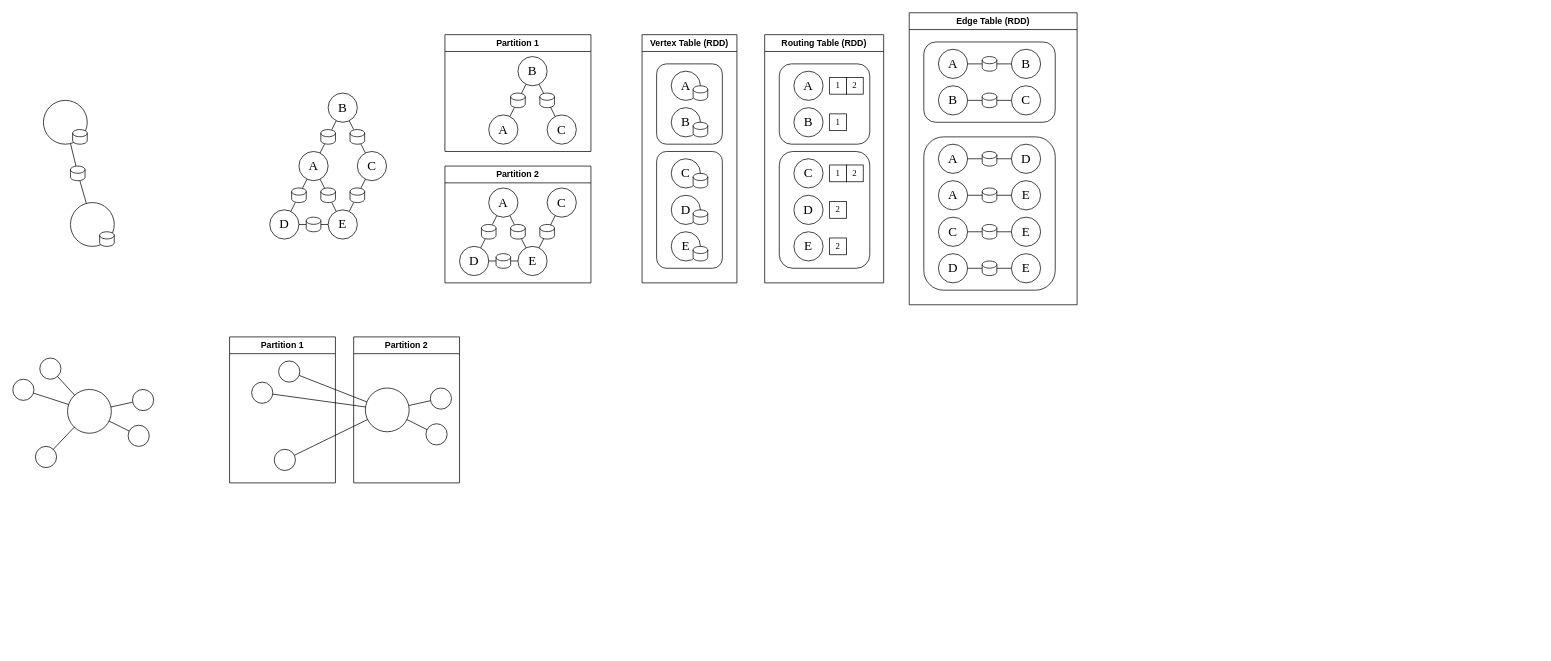
Earlier version of the draw.io diagram GraphProcessing.drawio (OneOverThree/PastryTest). Source tidied: cells renumbered, new cells numbered last; positions are measured from the earlier drawing's top-left corner, leaving out a move shared by most shapes. Both pictures are drawn from the tidied source at 73%, with x=0, y=0 at pixel (12, 12).
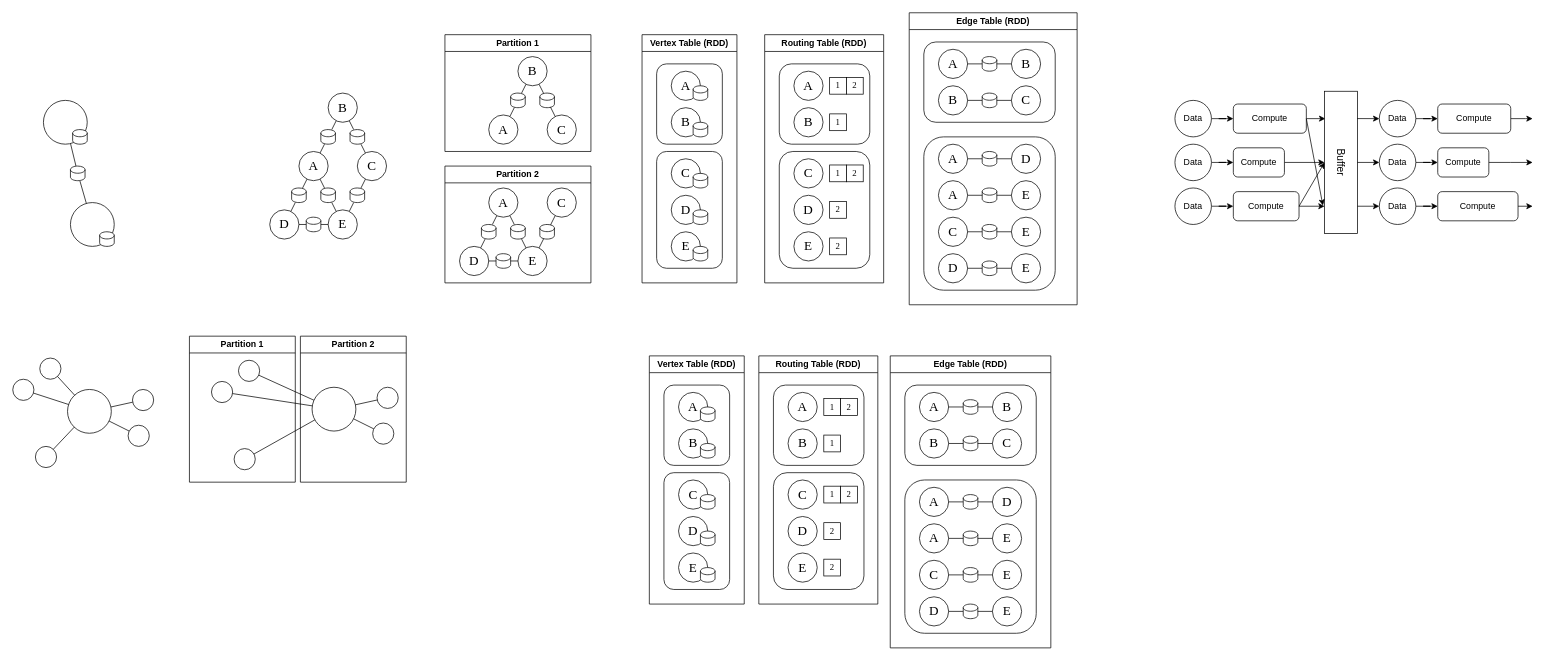
The same diagram, later.

Diff of the diagram source:
```diff
@@
     <mxCell id="128" value="Partition 2" style="swimlane;whiteSpace=wrap;html=1;" parent="1" vertex="1">
-      <mxGeometry x="467" y="444" width="145" height="200" as="geometry" />
+      <mxGeometry x="394" y="443" width="145" height="200" as="geometry" />
     </mxCell>
@@
     <mxCell id="134" value="Partition 1" style="swimlane;whiteSpace=wrap;html=1;" parent="1" vertex="1">
-      <mxGeometry x="297" y="444" width="145" height="200" as="geometry" />
+      <mxGeometry x="242" y="443" width="145" height="200" as="geometry" />
     </mxCell>
@@
+    <mxCell id="141" value="Vertex Table (RDD)" style="swimlane;whiteSpace=wrap;html=1;" parent="1" vertex="1">
+      <mxGeometry x="872" y="470" width="130" height="340" as="geometry" />
+    </mxCell>
+    <mxCell id="142" style="rounded=1;whiteSpace=wrap;html=1;" parent="141" vertex="1">
+      <mxGeometry x="20" y="40" width="90" height="110" as="geometry" />
+    </mxCell>
+    <mxCell id="143" value="&lt;font style=&quot;font-size: 18px;&quot; face=&quot;Times New Roman&quot;&gt;A&lt;/font&gt;" style="ellipse;whiteSpace=wrap;html=1;" parent="141" vertex="1">
+      <mxGeometry x="40" y="50" width="40" height="40" as="geometry" />
+    </mxCell>
+    <mxCell id="144" style="shape=cylinder3;whiteSpace=wrap;html=1;boundedLbl=1;backgroundOutline=1;size=4.904779343377953;" parent="141" vertex="1">
+      <mxGeometry x="70" y="70" width="20" height="20" as="geometry" />
+    </mxCell>
+    <mxCell id="145" value="&lt;font style=&quot;font-size: 18px;&quot; face=&quot;Times New Roman&quot;&gt;B&lt;/font&gt;" style="ellipse;whiteSpace=wrap;html=1;" parent="141" vertex="1">
+      <mxGeometry x="40" y="100" width="40" height="40" as="geometry" />
+    </mxCell>
+    <mxCell id="146" style="shape=cylinder3;whiteSpace=wrap;html=1;boundedLbl=1;backgroundOutline=1;size=4.904779343377953;" parent="141" vertex="1">
+      <mxGeometry x="70" y="120" width="20" height="20" as="geometry" />
+    </mxCell>
+    <mxCell id="147" style="rounded=1;whiteSpace=wrap;html=1;" parent="141" vertex="1">
+      <mxGeometry x="20" y="160" width="90" height="160" as="geometry" />
+    </mxCell>
+    <mxCell id="148" value="&lt;font style=&quot;font-size: 18px;&quot; face=&quot;Times New Roman&quot;&gt;C&lt;/font&gt;" style="ellipse;whiteSpace=wrap;html=1;" parent="141" vertex="1">
+      <mxGeometry x="40" y="170" width="40" height="40" as="geometry" />
+    </mxCell>
+    <mxCell id="149" style="shape=cylinder3;whiteSpace=wrap;html=1;boundedLbl=1;backgroundOutline=1;size=4.904779343377953;" parent="141" vertex="1">
+      <mxGeometry x="70" y="190" width="20" height="20" as="geometry" />
+    </mxCell>
+    <mxCell id="150" value="&lt;font style=&quot;font-size: 18px;&quot; face=&quot;Times New Roman&quot;&gt;D&lt;/font&gt;" style="ellipse;whiteSpace=wrap;html=1;" parent="141" vertex="1">
+      <mxGeometry x="40" y="220" width="40" height="40" as="geometry" />
+    </mxCell>
+    <mxCell id="151" style="shape=cylinder3;whiteSpace=wrap;html=1;boundedLbl=1;backgroundOutline=1;size=4.904779343377953;" parent="141" vertex="1">
+      <mxGeometry x="70" y="240" width="20" height="20" as="geometry" />
+    </mxCell>
+    <mxCell id="152" value="&lt;font style=&quot;font-size: 18px;&quot; face=&quot;Times New Roman&quot;&gt;E&lt;/font&gt;" style="ellipse;whiteSpace=wrap;html=1;" parent="141" vertex="1">
+      <mxGeometry x="40" y="270" width="40" height="40" as="geometry" />
+    </mxCell>
+    <mxCell id="153" style="shape=cylinder3;whiteSpace=wrap;html=1;boundedLbl=1;backgroundOutline=1;size=4.904779343377953;" parent="141" vertex="1">
+      <mxGeometry x="70" y="290" width="20" height="20" as="geometry" />
+    </mxCell>
+    <mxCell id="154" value="Edge Table (RDD)" style="swimlane;whiteSpace=wrap;html=1;" parent="1" vertex="1">
+      <mxGeometry x="1202" y="470" width="220" height="400" as="geometry" />
+    </mxCell>
+    <mxCell id="155" style="rounded=1;whiteSpace=wrap;html=1;" parent="154" vertex="1">
+      <mxGeometry x="20" y="40" width="180" height="110" as="geometry" />
+    </mxCell>
+    <mxCell id="156" value="&lt;font style=&quot;font-size: 18px;&quot; face=&quot;Times New Roman&quot;&gt;A&lt;/font&gt;" style="ellipse;whiteSpace=wrap;html=1;" parent="154" vertex="1">
+      <mxGeometry x="40" y="50" width="40" height="40" as="geometry" />
+    </mxCell>
+    <mxCell id="157" value="&lt;font style=&quot;font-size: 18px;&quot; face=&quot;Times New Roman&quot;&gt;B&lt;/font&gt;" style="ellipse;whiteSpace=wrap;html=1;" parent="154" vertex="1">
+      <mxGeometry x="40" y="100" width="40" height="40" as="geometry" />
+    </mxCell>
+    <mxCell id="158" style="rounded=1;whiteSpace=wrap;html=1;" parent="154" vertex="1">
+      <mxGeometry x="20" y="170" width="180" height="210" as="geometry" />
+    </mxCell>
+    <mxCell id="159" value="&lt;font style=&quot;font-size: 18px;&quot; face=&quot;Times New Roman&quot;&gt;A&lt;/font&gt;" style="ellipse;whiteSpace=wrap;html=1;" parent="154" vertex="1">
+      <mxGeometry x="40" y="180" width="40" height="40" as="geometry" />
+    </mxCell>
+    <mxCell id="160" value="&lt;font style=&quot;font-size: 18px;&quot; face=&quot;Times New Roman&quot;&gt;A&lt;/font&gt;" style="ellipse;whiteSpace=wrap;html=1;" parent="154" vertex="1">
+      <mxGeometry x="40" y="230" width="40" height="40" as="geometry" />
+    </mxCell>
+    <mxCell id="161" value="&lt;font style=&quot;font-size: 18px;&quot; face=&quot;Times New Roman&quot;&gt;C&lt;/font&gt;" style="ellipse;whiteSpace=wrap;html=1;" parent="154" vertex="1">
+      <mxGeometry x="40" y="280" width="40" height="40" as="geometry" />
+    </mxCell>
+    <mxCell id="162" value="&lt;font style=&quot;font-size: 18px;&quot; face=&quot;Times New Roman&quot;&gt;B&lt;/font&gt;" style="ellipse;whiteSpace=wrap;html=1;" parent="154" vertex="1">
+      <mxGeometry x="140" y="50" width="40" height="40" as="geometry" />
+    </mxCell>
+    <mxCell id="163" value="&lt;font style=&quot;font-size: 18px;&quot; face=&quot;Times New Roman&quot;&gt;C&lt;/font&gt;" style="ellipse;whiteSpace=wrap;html=1;" parent="154" vertex="1">
+      <mxGeometry x="140" y="100" width="40" height="40" as="geometry" />
+    </mxCell>
+    <mxCell id="164" value="&lt;font style=&quot;font-size: 18px;&quot; face=&quot;Times New Roman&quot;&gt;D&lt;/font&gt;" style="ellipse;whiteSpace=wrap;html=1;" parent="154" vertex="1">
+      <mxGeometry x="40" y="330" width="40" height="40" as="geometry" />
+    </mxCell>
+    <mxCell id="165" value="&lt;font style=&quot;font-size: 18px;&quot; face=&quot;Times New Roman&quot;&gt;D&lt;/font&gt;" style="ellipse;whiteSpace=wrap;html=1;" parent="154" vertex="1">
+      <mxGeometry x="140" y="180" width="40" height="40" as="geometry" />
+    </mxCell>
+    <mxCell id="166" value="&lt;font style=&quot;font-size: 18px;&quot; face=&quot;Times New Roman&quot;&gt;E&lt;/font&gt;" style="ellipse;whiteSpace=wrap;html=1;" parent="154" vertex="1">
+      <mxGeometry x="140" y="230" width="40" height="40" as="geometry" />
+    </mxCell>
+    <mxCell id="167" value="&lt;font style=&quot;font-size: 18px;&quot; face=&quot;Times New Roman&quot;&gt;E&lt;/font&gt;" style="ellipse;whiteSpace=wrap;html=1;" parent="154" vertex="1">
+      <mxGeometry x="140" y="280" width="40" height="40" as="geometry" />
+    </mxCell>
+    <mxCell id="168" value="&lt;font style=&quot;font-size: 18px;&quot; face=&quot;Times New Roman&quot;&gt;E&lt;/font&gt;" style="ellipse;whiteSpace=wrap;html=1;" parent="154" vertex="1">
+      <mxGeometry x="140" y="330" width="40" height="40" as="geometry" />
+    </mxCell>
+    <mxCell id="169" style="endArrow=none;html=1;rounded=0;entryX=1;entryY=0.5;entryDx=0;entryDy=0;exitX=0;exitY=0.5;exitDx=0;exitDy=0;" parent="154" edge="1" source="175" target="156">
+      <mxGeometry relative="1" as="geometry" />
+    </mxCell>
+    <mxCell id="170" style="endArrow=none;html=1;rounded=0;" parent="154" edge="1" source="177" target="157">
+      <mxGeometry relative="1" as="geometry" />
+    </mxCell>
+    <mxCell id="171" style="endArrow=none;html=1;rounded=0;" parent="154" edge="1" source="179" target="159">
+      <mxGeometry relative="1" as="geometry" />
+    </mxCell>
+    <mxCell id="172" style="endArrow=none;html=1;rounded=0;" parent="154" edge="1" source="166" target="160">
+      <mxGeometry relative="1" as="geometry" />
+    </mxCell>
+    <mxCell id="173" style="endArrow=none;html=1;rounded=0;" parent="154" edge="1" source="182" target="161">
+      <mxGeometry relative="1" as="geometry" />
+    </mxCell>
+    <mxCell id="174" style="endArrow=none;html=1;rounded=0;" parent="154" edge="1" source="184" target="164">
+      <mxGeometry relative="1" as="geometry" />
+    </mxCell>
+    <mxCell id="175" style="shape=cylinder3;whiteSpace=wrap;html=1;boundedLbl=1;backgroundOutline=1;size=4.904779343377953;" parent="154" vertex="1">
+      <mxGeometry x="100" y="60" width="20" height="20" as="geometry" />
+    </mxCell>
+    <mxCell id="176" style="endArrow=none;html=1;rounded=0;entryX=1;entryY=0.5;entryDx=0;entryDy=0;exitX=0;exitY=0.5;exitDx=0;exitDy=0;" parent="154" edge="1" source="162" target="175">
+      <mxGeometry relative="1" as="geometry" />
+    </mxCell>
+    <mxCell id="177" style="shape=cylinder3;whiteSpace=wrap;html=1;boundedLbl=1;backgroundOutline=1;size=4.904779343377953;" parent="154" vertex="1">
+      <mxGeometry x="100" y="110" width="20" height="20" as="geometry" />
+    </mxCell>
+    <mxCell id="178" style="endArrow=none;html=1;rounded=0;" parent="154" edge="1" source="163" target="177">
+      <mxGeometry relative="1" as="geometry" />
+    </mxCell>
+    <mxCell id="179" style="shape=cylinder3;whiteSpace=wrap;html=1;boundedLbl=1;backgroundOutline=1;size=4.904779343377953;" parent="154" vertex="1">
+      <mxGeometry x="100" y="190" width="20" height="20" as="geometry" />
+    </mxCell>
+    <mxCell id="180" style="endArrow=none;html=1;rounded=0;" parent="154" edge="1" source="165" target="179">
+      <mxGeometry relative="1" as="geometry" />
+    </mxCell>
+    <mxCell id="181" style="shape=cylinder3;whiteSpace=wrap;html=1;boundedLbl=1;backgroundOutline=1;size=4.904779343377953;" parent="154" vertex="1">
+      <mxGeometry x="100" y="240" width="20" height="20" as="geometry" />
+    </mxCell>
+    <mxCell id="182" style="shape=cylinder3;whiteSpace=wrap;html=1;boundedLbl=1;backgroundOutline=1;size=4.904779343377953;" parent="154" vertex="1">
+      <mxGeometry x="100" y="290" width="20" height="20" as="geometry" />
+    </mxCell>
+    <mxCell id="183" style="endArrow=none;html=1;rounded=0;" parent="154" edge="1" source="167" target="182">
+      <mxGeometry relative="1" as="geometry" />
+    </mxCell>
+    <mxCell id="184" style="shape=cylinder3;whiteSpace=wrap;html=1;boundedLbl=1;backgroundOutline=1;size=4.904779343377953;" parent="154" vertex="1">
+      <mxGeometry x="100" y="340" width="20" height="20" as="geometry" />
+    </mxCell>
+    <mxCell id="185" style="endArrow=none;html=1;rounded=0;" parent="154" edge="1" source="168" target="184">
+      <mxGeometry relative="1" as="geometry" />
+    </mxCell>
+    <mxCell id="186" value="Routing Table (RDD)" style="swimlane;whiteSpace=wrap;html=1;" parent="1" vertex="1">
+      <mxGeometry x="1022" y="470" width="163" height="340" as="geometry" />
+    </mxCell>
+    <mxCell id="187" style="rounded=1;whiteSpace=wrap;html=1;" parent="186" vertex="1">
+      <mxGeometry x="20" y="40" width="124" height="110" as="geometry" />
+    </mxCell>
+    <mxCell id="188" value="&lt;font style=&quot;font-size: 18px;&quot; face=&quot;Times New Roman&quot;&gt;A&lt;/font&gt;" style="ellipse;whiteSpace=wrap;html=1;" parent="186" vertex="1">
+      <mxGeometry x="40" y="50" width="40" height="40" as="geometry" />
+    </mxCell>
+    <mxCell id="189" value="&lt;font style=&quot;font-size: 18px;&quot; face=&quot;Times New Roman&quot;&gt;B&lt;/font&gt;" style="ellipse;whiteSpace=wrap;html=1;" parent="186" vertex="1">
+      <mxGeometry x="40" y="100" width="40" height="40" as="geometry" />
+    </mxCell>
+    <mxCell id="190" style="rounded=1;whiteSpace=wrap;html=1;" parent="186" vertex="1">
+      <mxGeometry x="20" y="160" width="124" height="160" as="geometry" />
+    </mxCell>
+    <mxCell id="191" value="&lt;font style=&quot;font-size: 18px;&quot; face=&quot;Times New Roman&quot;&gt;C&lt;/font&gt;" style="ellipse;whiteSpace=wrap;html=1;" parent="186" vertex="1">
+      <mxGeometry x="40" y="170" width="40" height="40" as="geometry" />
+    </mxCell>
+    <mxCell id="192" value="&lt;font style=&quot;font-size: 18px;&quot; face=&quot;Times New Roman&quot;&gt;D&lt;/font&gt;" style="ellipse;whiteSpace=wrap;html=1;" parent="186" vertex="1">
+      <mxGeometry x="40" y="220" width="40" height="40" as="geometry" />
+    </mxCell>
+    <mxCell id="193" value="&lt;font style=&quot;font-size: 18px;&quot; face=&quot;Times New Roman&quot;&gt;E&lt;/font&gt;" style="ellipse;whiteSpace=wrap;html=1;" parent="186" vertex="1">
+      <mxGeometry x="40" y="270" width="40" height="40" as="geometry" />
+    </mxCell>
+    <mxCell id="194" value="&lt;font face=&quot;Times New Roman&quot;&gt;1&lt;/font&gt;" style="rounded=0;whiteSpace=wrap;html=1;" parent="186" vertex="1">
+      <mxGeometry x="89" y="108.5" width="23" height="23" as="geometry" />
+    </mxCell>
+    <mxCell id="195" value="&lt;font face=&quot;Times New Roman&quot;&gt;1&lt;/font&gt;" style="rounded=0;whiteSpace=wrap;html=1;" parent="186" vertex="1">
+      <mxGeometry x="89" y="58.5" width="23" height="23" as="geometry" />
+    </mxCell>
+    <mxCell id="196" value="&lt;font face=&quot;Times New Roman&quot;&gt;2&lt;/font&gt;" style="rounded=0;whiteSpace=wrap;html=1;" parent="186" vertex="1">
+      <mxGeometry x="112" y="58.5" width="23" height="23" as="geometry" />
+    </mxCell>
+    <mxCell id="197" value="&lt;font face=&quot;Times New Roman&quot;&gt;2&lt;/font&gt;" style="rounded=0;whiteSpace=wrap;html=1;" parent="186" vertex="1">
+      <mxGeometry x="89" y="228.5" width="23" height="23" as="geometry" />
+    </mxCell>
+    <mxCell id="198" value="&lt;font face=&quot;Times New Roman&quot;&gt;2&lt;/font&gt;" style="rounded=0;whiteSpace=wrap;html=1;" parent="186" vertex="1">
+      <mxGeometry x="89" y="278.5" width="23" height="23" as="geometry" />
+    </mxCell>
+    <mxCell id="199" value="&lt;font face=&quot;Times New Roman&quot;&gt;1&lt;/font&gt;" style="rounded=0;whiteSpace=wrap;html=1;" parent="186" vertex="1">
+      <mxGeometry x="89" y="178.5" width="23" height="23" as="geometry" />
+    </mxCell>
+    <mxCell id="200" value="&lt;font face=&quot;Times New Roman&quot;&gt;2&lt;/font&gt;" style="rounded=0;whiteSpace=wrap;html=1;" parent="186" vertex="1">
+      <mxGeometry x="112" y="178.5" width="23" height="23" as="geometry" />
+    </mxCell>
+    <mxCell id="201" style="edgeStyle=orthogonalEdgeStyle;rounded=0;jettySize=auto;html=1;exitX=1;exitY=0.5;exitDx=0;exitDy=0;entryX=0.189;entryY=0.978;entryDx=0;entryDy=0;entryPerimeter=0;" parent="1" edge="1" source="202" target="213">
+      <mxGeometry relative="1" as="geometry" />
+    </mxCell>
+    <mxCell id="202" value="&lt;font style=&quot;font-size: 12px;&quot;&gt;Compute&lt;/font&gt;" style="rounded=1;whiteSpace=wrap;html=1;" parent="1" vertex="1">
+      <mxGeometry x="1672" y="125" width="100" height="40" as="geometry" />
+    </mxCell>
+    <mxCell id="203" style="edgeStyle=orthogonalEdgeStyle;rounded=0;jettySize=auto;html=1;exitX=1;exitY=0.5;exitDx=0;exitDy=0;" parent="1" edge="1" source="204" target="213">
+      <mxGeometry relative="1" as="geometry" />
+    </mxCell>
+    <mxCell id="204" value="&lt;font style=&quot;font-size: 12px;&quot;&gt;Compute&lt;/font&gt;" style="rounded=1;whiteSpace=wrap;html=1;" parent="1" vertex="1">
+      <mxGeometry x="1672" y="185" width="70" height="40" as="geometry" />
+    </mxCell>
+    <mxCell id="205" style="edgeStyle=orthogonalEdgeStyle;rounded=0;jettySize=auto;html=1;exitX=1;exitY=0.5;exitDx=0;exitDy=0;" parent="1" edge="1" source="206">
+      <mxGeometry relative="1" as="geometry">
+        <mxPoint x="1797" y="265" as="targetPoint" />
+      </mxGeometry>
+    </mxCell>
+    <mxCell id="206" value="&lt;font style=&quot;font-size: 12px;&quot;&gt;Compute&lt;/font&gt;" style="rounded=1;whiteSpace=wrap;html=1;" parent="1" vertex="1">
+      <mxGeometry x="1672" y="245" width="90" height="40" as="geometry" />
+    </mxCell>
+    <mxCell id="207" style="edgeStyle=orthogonalEdgeStyle;rounded=0;jettySize=auto;html=1;" parent="1" edge="1" source="208" target="202">
+      <mxGeometry relative="1" as="geometry" />
+    </mxCell>
+    <mxCell id="208" value="Data" style="ellipse;whiteSpace=wrap;html=1;" parent="1" vertex="1">
+      <mxGeometry x="1592" y="120" width="50" height="50" as="geometry" />
+    </mxCell>
+    <mxCell id="209" style="edgeStyle=orthogonalEdgeStyle;rounded=0;jettySize=auto;html=1;" parent="1" edge="1" source="210" target="204">
+      <mxGeometry relative="1" as="geometry" />
+    </mxCell>
+    <mxCell id="210" value="Data" style="ellipse;whiteSpace=wrap;html=1;" parent="1" vertex="1">
+      <mxGeometry x="1592" y="180" width="50" height="50" as="geometry" />
+    </mxCell>
+    <mxCell id="211" style="edgeStyle=orthogonalEdgeStyle;rounded=0;jettySize=auto;html=1;" parent="1" edge="1" source="212" target="206">
+      <mxGeometry relative="1" as="geometry" />
+    </mxCell>
+    <mxCell id="212" value="Data" style="ellipse;whiteSpace=wrap;html=1;" parent="1" vertex="1">
+      <mxGeometry x="1592" y="240" width="50" height="50" as="geometry" />
+    </mxCell>
+    <mxCell id="213" value="&lt;font style=&quot;font-size: 14px;&quot;&gt;Buffer&lt;/font&gt;" style="rounded=0;whiteSpace=wrap;html=1;rotation=90;" parent="1" vertex="1">
+      <mxGeometry x="1722" y="182.5" width="195" height="45" as="geometry" />
+    </mxCell>
+    <mxCell id="214" style="endArrow=classic;html=1;rounded=0;exitX=1;exitY=0.5;exitDx=0;exitDy=0;entryX=0.5;entryY=1;entryDx=0;entryDy=0;" parent="1" edge="1" source="206" target="213">
+      <mxGeometry relative="1" as="geometry" />
+    </mxCell>
+    <mxCell id="215" style="edgeStyle=orthogonalEdgeStyle;rounded=0;jettySize=auto;html=1;" parent="1" edge="1" source="216">
+      <mxGeometry relative="1" as="geometry">
+        <mxPoint x="2082" y="145" as="targetPoint" />
+      </mxGeometry>
+    </mxCell>
+    <mxCell id="216" value="&lt;font style=&quot;font-size: 12px;&quot;&gt;Compute&lt;/font&gt;" style="rounded=1;whiteSpace=wrap;html=1;" parent="1" vertex="1">
+      <mxGeometry x="1952" y="125" width="100" height="40" as="geometry" />
+    </mxCell>
+    <mxCell id="217" style="edgeStyle=orthogonalEdgeStyle;rounded=0;jettySize=auto;html=1;" parent="1" edge="1" source="218">
+      <mxGeometry relative="1" as="geometry">
+        <mxPoint x="2082" y="205" as="targetPoint" />
+      </mxGeometry>
+    </mxCell>
+    <mxCell id="218" value="&lt;font style=&quot;font-size: 12px;&quot;&gt;Compute&lt;/font&gt;" style="rounded=1;whiteSpace=wrap;html=1;" parent="1" vertex="1">
+      <mxGeometry x="1952" y="185" width="70" height="40" as="geometry" />
+    </mxCell>
+    <mxCell id="219" style="edgeStyle=orthogonalEdgeStyle;rounded=0;jettySize=auto;html=1;exitX=1;exitY=0.5;exitDx=0;exitDy=0;" parent="1" edge="1" source="220">
+      <mxGeometry relative="1" as="geometry">
+        <mxPoint x="2082" y="265.2" as="targetPoint" />
+      </mxGeometry>
+    </mxCell>
+    <mxCell id="220" value="&lt;font style=&quot;font-size: 12px;&quot;&gt;Compute&lt;/font&gt;" style="rounded=1;whiteSpace=wrap;html=1;" parent="1" vertex="1">
+      <mxGeometry x="1952" y="245" width="110" height="40" as="geometry" />
+    </mxCell>
+    <mxCell id="221" style="edgeStyle=orthogonalEdgeStyle;rounded=0;jettySize=auto;html=1;" parent="1" edge="1" source="222" target="216">
+      <mxGeometry relative="1" as="geometry" />
+    </mxCell>
+    <mxCell id="222" value="Data" style="ellipse;whiteSpace=wrap;html=1;" parent="1" vertex="1">
+      <mxGeometry x="1872" y="120" width="50" height="50" as="geometry" />
+    </mxCell>
+    <mxCell id="223" style="edgeStyle=orthogonalEdgeStyle;rounded=0;jettySize=auto;html=1;" parent="1" edge="1" source="224" target="218">
+      <mxGeometry relative="1" as="geometry" />
+    </mxCell>
+    <mxCell id="224" value="Data" style="ellipse;whiteSpace=wrap;html=1;" parent="1" vertex="1">
+      <mxGeometry x="1872" y="180" width="50" height="50" as="geometry" />
+    </mxCell>
+    <mxCell id="225" style="edgeStyle=orthogonalEdgeStyle;rounded=0;jettySize=auto;html=1;" parent="1" edge="1" source="226" target="220">
+      <mxGeometry relative="1" as="geometry" />
+    </mxCell>
+    <mxCell id="226" value="Data" style="ellipse;whiteSpace=wrap;html=1;" parent="1" vertex="1">
+      <mxGeometry x="1872" y="240" width="50" height="50" as="geometry" />
+    </mxCell>
+    <mxCell id="227" style="endArrow=classic;html=1;rounded=0;entryX=0;entryY=0.5;entryDx=0;entryDy=0;exitX=0.192;exitY=0.009;exitDx=0;exitDy=0;exitPerimeter=0;" parent="1" edge="1" source="213" target="222">
+      <mxGeometry relative="1" as="geometry" />
+    </mxCell>
+    <mxCell id="228" style="endArrow=classic;html=1;rounded=0;entryX=0;entryY=0.5;entryDx=0;entryDy=0;exitX=0.5;exitY=0;exitDx=0;exitDy=0;" parent="1" edge="1" source="213" target="224">
+      <mxGeometry relative="1" as="geometry" />
+    </mxCell>
+    <mxCell id="229" style="endArrow=classic;html=1;rounded=0;entryX=0;entryY=0.5;entryDx=0;entryDy=0;" parent="1" edge="1" target="226">
+      <mxGeometry relative="1" as="geometry">
+        <mxPoint x="1842" y="265" as="sourcePoint" />
+      </mxGeometry>
+    </mxCell>
+    <mxCell id="230" style="endArrow=classic;html=1;rounded=0;entryX=0.803;entryY=1.051;entryDx=0;entryDy=0;exitX=1;exitY=0.5;exitDx=0;exitDy=0;entryPerimeter=0;" parent="1" edge="1" source="202" target="213">
+      <mxGeometry relative="1" as="geometry" />
+    </mxCell>
```
